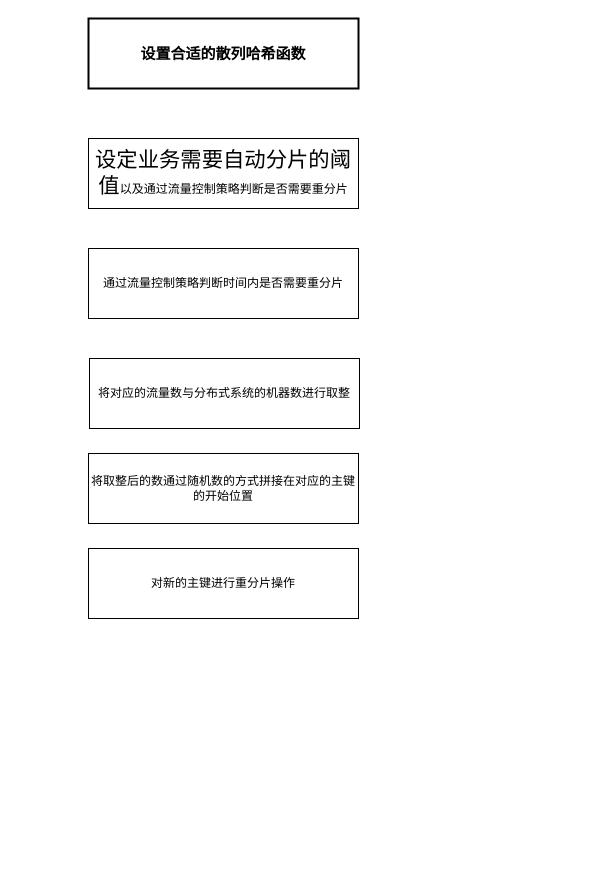
Earlier version of the draw.io diagram 壮丽.drawio (lingpengzhou/diagrams.io). Source tidied: cells renumbered, new cells numbered last; positions are measured from the earlier drawing's top-left corner, leaving out a move shared by most shapes. Both pictures are drawn from the tidied source at 100%, with x=0, y=0 at pixel (88, 18).
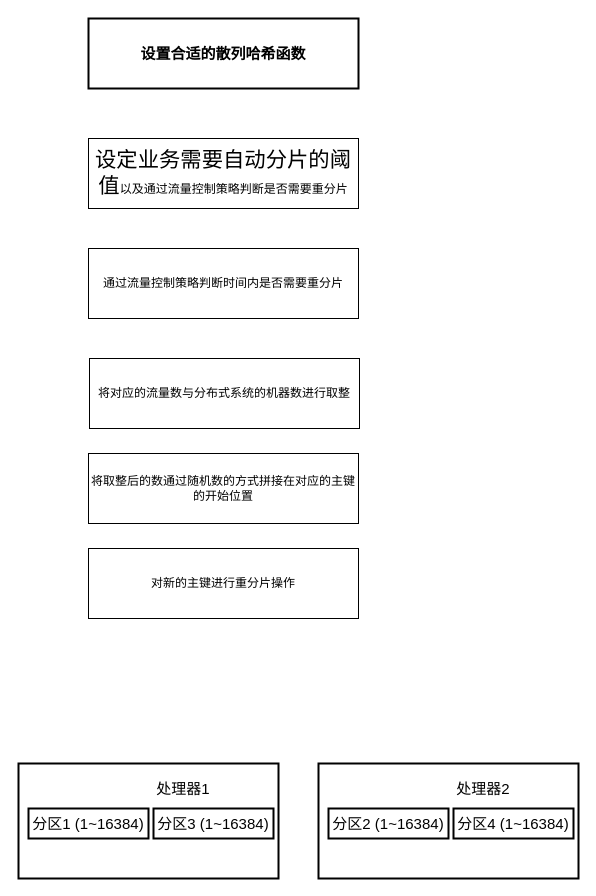
Above is the later version.

Diff of the diagram source:
```diff
@@
 <mxGraphModel>
   <root>
     <mxCell id="0" />
     <mxCell id="1" parent="0" />
     <mxCell id="2" value="&lt;span&gt;&lt;font style=&quot;font-size: 15px;&quot;&gt;&lt;b&gt;设置合适的散列哈希函数&lt;/b&gt;&lt;/font&gt;&lt;/span&gt;" style="rounded=0;whiteSpace=wrap;html=1;strokeWidth=2;" parent="1" vertex="1">
       <mxGeometry width="270" height="70" as="geometry" />
     </mxCell>
     <mxCell id="3" value="&lt;span style=&quot;font-size:16.0pt;font-family:仿宋_GB2312;&lt;br/&gt;mso-hansi-font-family:&amp;quot;Times New Roman&amp;quot;;mso-bidi-font-family:仿宋_GB2312;&lt;br/&gt;mso-ansi-language:EN-US;mso-fareast-language:ZH-CN;mso-bidi-language:AR-SA&quot;&gt;设定业务需要自动分片的阈值&lt;/span&gt;以及通过流量控制策略判断是否需要重分片" style="rounded=0;whiteSpace=wrap;html=1;" parent="1" vertex="1">
       <mxGeometry y="120" width="270" height="70" as="geometry" />
     </mxCell>
     <mxCell id="4" value="通过流量控制策略判断时间内是否需要重分片" style="rounded=0;whiteSpace=wrap;html=1;" parent="1" vertex="1">
       <mxGeometry y="230" width="270" height="70" as="geometry" />
     </mxCell>
     <mxCell id="5" value="将对应的流量数与分布式系统的机器数进行取整" style="rounded=0;whiteSpace=wrap;html=1;" parent="1" vertex="1">
       <mxGeometry x="1" y="340" width="270" height="70" as="geometry" />
     </mxCell>
     <mxCell id="6" value="将取整后的数通过随机数的方式拼接在对应的主键的开始位置" style="rounded=0;whiteSpace=wrap;html=1;" parent="1" vertex="1">
       <mxGeometry y="435" width="270" height="70" as="geometry" />
     </mxCell>
     <mxCell id="7" value="对新的主键进行重分片操作" style="rounded=0;whiteSpace=wrap;html=1;" parent="1" vertex="1">
       <mxGeometry y="530" width="270" height="70" as="geometry" />
     </mxCell>
+    <mxCell id="8" style="rounded=0;whiteSpace=wrap;html=1;strokeWidth=2;fontSize=15;" parent="1" vertex="1">
+      <mxGeometry x="-70" y="745" width="260" height="115" as="geometry" />
+    </mxCell>
+    <mxCell id="9" value="分区1 (1~16384)" style="rounded=0;whiteSpace=wrap;html=1;strokeWidth=2;fontSize=15;" parent="1" vertex="1">
+      <mxGeometry x="-60" y="790" width="120" height="30" as="geometry" />
+    </mxCell>
+    <mxCell id="10" value="处理器1" style="text;html=1;strokeColor=none;fillColor=none;align=center;verticalAlign=middle;whiteSpace=wrap;rounded=0;strokeWidth=2;fontSize=15;" parent="1" vertex="1">
+      <mxGeometry x="65" y="755" width="60" height="30" as="geometry" />
+    </mxCell>
+    <mxCell id="11" value="分区3 (1~16384)" style="rounded=0;whiteSpace=wrap;html=1;strokeWidth=2;fontSize=15;" parent="1" vertex="1">
+      <mxGeometry x="65" y="790" width="120" height="30" as="geometry" />
+    </mxCell>
+    <mxCell id="12" style="rounded=0;whiteSpace=wrap;html=1;strokeWidth=2;fontSize=15;" parent="1" vertex="1">
+      <mxGeometry x="230" y="745" width="260" height="115" as="geometry" />
+    </mxCell>
+    <mxCell id="13" value="分区2 (1~16384)" style="rounded=0;whiteSpace=wrap;html=1;strokeWidth=2;fontSize=15;" parent="1" vertex="1">
+      <mxGeometry x="240" y="790" width="120" height="30" as="geometry" />
+    </mxCell>
+    <mxCell id="14" value="处理器2" style="text;html=1;strokeColor=none;fillColor=none;align=center;verticalAlign=middle;whiteSpace=wrap;rounded=0;strokeWidth=2;fontSize=15;" parent="1" vertex="1">
+      <mxGeometry x="365" y="755" width="60" height="30" as="geometry" />
+    </mxCell>
+    <mxCell id="15" value="分区4 (1~16384)" style="rounded=0;whiteSpace=wrap;html=1;strokeWidth=2;fontSize=15;" parent="1" vertex="1">
+      <mxGeometry x="365" y="790" width="120" height="30" as="geometry" />
+    </mxCell>
   </root>
 </mxGraphModel>
```
